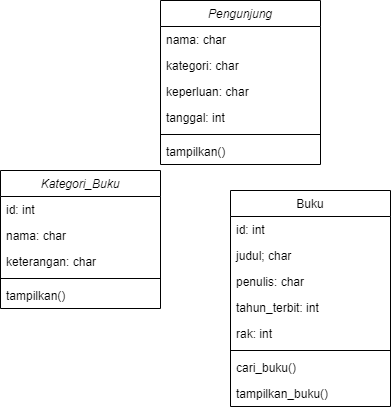
The draw.io diagram class-diagram-perpus-digital.drawio.png in Rayival/TEFA_PerpusDigital, before a commit. Source tidied: cells renumbered, new cells last; positions are measured from the earlier drawing's top-left corner, leaving out a move shared by most shapes.
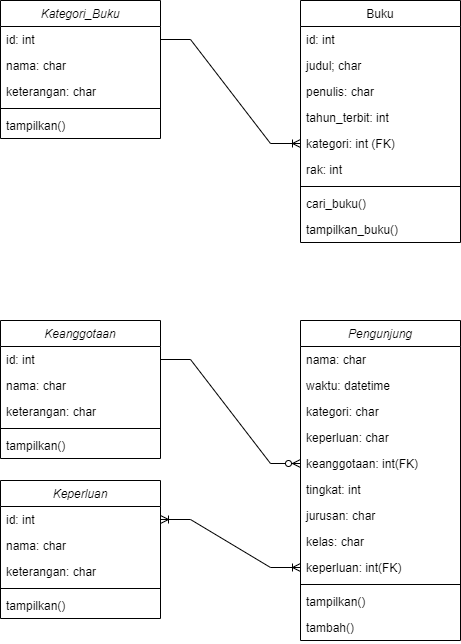
Above is the later version.

Diff of the diagram source:
```diff
@@ -3,7 +3,7 @@
     <mxCell id="0" />
     <mxCell id="1" parent="0" />
     <mxCell id="2" value="Kategori_Buku" style="swimlane;fontStyle=2;align=center;verticalAlign=top;horizontal=1;startSize=26;rounded=0;shadow=0;strokeWidth=1;" parent="1" vertex="1">
-      <mxGeometry y="170" width="160" height="138" as="geometry" />
+      <mxGeometry x="170" y="100" width="160" height="138" as="geometry" />
     </mxCell>
     <mxCell id="3" value="id: int" style="text;align=left;verticalAlign=top;spacingLeft=4;spacingRight=4;overflow=hidden;points=[[0,0.5],[1,0.5]];portConstraint=eastwest;" parent="2" vertex="1">
       <mxGeometry y="26" width="160" height="26" as="geometry" />
@@ -21,7 +21,7 @@
       <mxGeometry y="112" width="160" height="26" as="geometry" />
     </mxCell>
     <mxCell id="8" value="Buku" style="swimlane;fontStyle=0;align=center;verticalAlign=top;horizontal=1;startSize=26;rounded=0;shadow=0;strokeWidth=1;" parent="1" vertex="1">
-      <mxGeometry x="230" y="190" width="160" height="216" as="geometry" />
+      <mxGeometry x="470" y="100" width="160" height="242" as="geometry" />
     </mxCell>
     <mxCell id="9" value="id: int" style="text;align=left;verticalAlign=top;spacingLeft=4;spacingRight=4;overflow=hidden;" parent="8" vertex="1">
       <mxGeometry y="26" width="160" height="26" as="geometry" />
@@ -35,38 +35,108 @@
     <mxCell id="12" value="tahun_terbit: int" style="text;align=left;verticalAlign=top;spacingLeft=4;spacingRight=4;overflow=hidden;rounded=0;shadow=0;html=0;" parent="8" vertex="1">
       <mxGeometry y="104" width="160" height="26" as="geometry" />
     </mxCell>
+    <mxCell id="24" value="kategori: int (FK)" style="text;align=left;verticalAlign=top;spacingLeft=4;spacingRight=4;overflow=hidden;points=[[0,0.5],[1,0.5]];portConstraint=eastwest;rounded=0;shadow=0;html=0;" parent="8" vertex="1">
+      <mxGeometry y="130" width="160" height="26" as="geometry" />
+    </mxCell>
     <mxCell id="13" value="rak: int" style="text;align=left;verticalAlign=top;spacingLeft=4;spacingRight=4;overflow=hidden;rounded=0;shadow=0;html=0;" parent="8" vertex="1">
-      <mxGeometry y="130" width="160" height="26" as="geometry" />
+      <mxGeometry y="156" width="160" height="26" as="geometry" />
     </mxCell>
     <mxCell id="14" style="line;html=1;strokeWidth=1;align=left;verticalAlign=middle;spacingTop=-1;spacingLeft=3;spacingRight=3;labelPosition=right;" parent="8" vertex="1">
-      <mxGeometry y="156" width="160" height="8" as="geometry" />
+      <mxGeometry y="182" width="160" height="8" as="geometry" />
     </mxCell>
     <mxCell id="15" value="cari_buku()" style="text;align=left;verticalAlign=top;spacingLeft=4;spacingRight=4;overflow=hidden;" parent="8" vertex="1">
-      <mxGeometry y="164" width="160" height="26" as="geometry" />
+      <mxGeometry y="190" width="160" height="26" as="geometry" />
     </mxCell>
     <mxCell id="16" value="tampilkan_buku()" style="text;align=left;verticalAlign=top;spacingLeft=4;spacingRight=4;overflow=hidden;" parent="8" vertex="1">
-      <mxGeometry y="190" width="160" height="26" as="geometry" />
+      <mxGeometry y="216" width="160" height="26" as="geometry" />
     </mxCell>
     <mxCell id="17" value="Pengunjung" style="swimlane;fontStyle=2;align=center;verticalAlign=top;horizontal=1;startSize=26;rounded=0;shadow=0;strokeWidth=1;" parent="1" vertex="1">
-      <mxGeometry x="160" width="160" height="164" as="geometry" />
+      <mxGeometry x="470" y="420" width="160" height="320" as="geometry" />
     </mxCell>
     <mxCell id="18" value="nama: char" style="text;align=left;verticalAlign=top;spacingLeft=4;spacingRight=4;overflow=hidden;rounded=0;shadow=0;html=0;" parent="17" vertex="1">
       <mxGeometry y="26" width="160" height="26" as="geometry" />
     </mxCell>
+    <mxCell id="25" value="waktu: datetime" style="text;align=left;verticalAlign=top;spacingLeft=4;spacingRight=4;overflow=hidden;rounded=0;shadow=0;html=0;" parent="17" vertex="1">
+      <mxGeometry y="52" width="160" height="26" as="geometry" />
+    </mxCell>
     <mxCell id="19" value="kategori: char" style="text;align=left;verticalAlign=top;spacingLeft=4;spacingRight=4;overflow=hidden;rounded=0;shadow=0;html=0;" parent="17" vertex="1">
-      <mxGeometry y="52" width="160" height="26" as="geometry" />
+      <mxGeometry y="78" width="160" height="26" as="geometry" />
     </mxCell>
     <mxCell id="20" value="keperluan: char" style="text;align=left;verticalAlign=top;spacingLeft=4;spacingRight=4;overflow=hidden;" parent="17" vertex="1">
-      <mxGeometry y="78" width="160" height="26" as="geometry" />
+      <mxGeometry y="104" width="160" height="26" as="geometry" />
     </mxCell>
+    <mxCell id="26" value="keanggotaan: int(FK)" style="text;align=left;verticalAlign=top;spacingLeft=4;spacingRight=4;overflow=hidden;points=[[0,0.5],[1,0.5]];portConstraint=eastwest;" parent="17" vertex="1">
+      <mxGeometry y="130" width="160" height="26" as="geometry" />
+    </mxCell>
+    <mxCell id="27" value="tingkat: int " style="text;align=left;verticalAlign=top;spacingLeft=4;spacingRight=4;overflow=hidden;" parent="17" vertex="1">
+      <mxGeometry y="156" width="160" height="26" as="geometry" />
+    </mxCell>
-    <mxCell id="21" value="tanggal: int&#10;" style="text;align=left;verticalAlign=top;spacingLeft=4;spacingRight=4;overflow=hidden;" parent="17" vertex="1">
-      <mxGeometry y="104" width="160" height="26" as="geometry" />
+    <mxCell id="21" value="jurusan: char" style="text;align=left;verticalAlign=top;spacingLeft=4;spacingRight=4;overflow=hidden;" parent="17" vertex="1">
+      <mxGeometry y="182" width="160" height="26" as="geometry" />
     </mxCell>
+    <mxCell id="28" value="kelas: char " style="text;align=left;verticalAlign=top;spacingLeft=4;spacingRight=4;overflow=hidden;" parent="17" vertex="1">
+      <mxGeometry y="208" width="160" height="26" as="geometry" />
+    </mxCell>
+    <mxCell id="29" value="keperluan: int(FK)" style="text;align=left;verticalAlign=top;spacingLeft=4;spacingRight=4;overflow=hidden;points=[[0,0.5],[1,0.5]];portConstraint=eastwest;" parent="17" vertex="1">
+      <mxGeometry y="234" width="160" height="26" as="geometry" />
+    </mxCell>
     <mxCell id="22" style="line;html=1;strokeWidth=1;align=left;verticalAlign=middle;spacingTop=-1;spacingLeft=3;spacingRight=3;labelPosition=right;" parent="17" vertex="1">
-      <mxGeometry y="130" width="160" height="8" as="geometry" />
+      <mxGeometry y="260" width="160" height="8" as="geometry" />
     </mxCell>
     <mxCell id="23" value="tampilkan()" style="text;align=left;verticalAlign=top;spacingLeft=4;spacingRight=4;overflow=hidden;" parent="17" vertex="1">
-      <mxGeometry y="138" width="160" height="26" as="geometry" />
+      <mxGeometry y="268" width="160" height="26" as="geometry" />
     </mxCell>
+    <mxCell id="30" value="tambah()" style="text;align=left;verticalAlign=top;spacingLeft=4;spacingRight=4;overflow=hidden;" parent="17" vertex="1">
+      <mxGeometry y="294" width="160" height="26" as="geometry" />
+    </mxCell>
+    <mxCell id="31" style="edgeStyle=entityRelationEdgeStyle;fontSize=12;html=1;endArrow=ERoneToMany;rounded=0;exitX=1;exitY=0.5;exitDx=0;exitDy=0;entryX=0;entryY=0.5;entryDx=0;entryDy=0;" parent="1" edge="1" source="3" target="24">
+      <mxGeometry relative="1" as="geometry">
+        <Array as="points">
+          <mxPoint x="340" y="350" />
+        </Array>
+      </mxGeometry>
+    </mxCell>
+    <mxCell id="32" value="Keanggotaan" style="swimlane;fontStyle=2;align=center;verticalAlign=top;horizontal=1;startSize=26;rounded=0;shadow=0;strokeWidth=1;" parent="1" vertex="1">
+      <mxGeometry x="170" y="420" width="160" height="138" as="geometry" />
+    </mxCell>
+    <mxCell id="33" value="id: int" style="text;align=left;verticalAlign=top;spacingLeft=4;spacingRight=4;overflow=hidden;points=[[0,0.5],[1,0.5]];portConstraint=eastwest;" parent="32" vertex="1">
+      <mxGeometry y="26" width="160" height="26" as="geometry" />
+    </mxCell>
+    <mxCell id="34" value="nama: char" style="text;align=left;verticalAlign=top;spacingLeft=4;spacingRight=4;overflow=hidden;rounded=0;shadow=0;html=0;" parent="32" vertex="1">
+      <mxGeometry y="52" width="160" height="26" as="geometry" />
+    </mxCell>
+    <mxCell id="35" value="keterangan: char" style="text;align=left;verticalAlign=top;spacingLeft=4;spacingRight=4;overflow=hidden;rounded=0;shadow=0;html=0;" parent="32" vertex="1">
+      <mxGeometry y="78" width="160" height="26" as="geometry" />
+    </mxCell>
+    <mxCell id="36" style="line;html=1;strokeWidth=1;align=left;verticalAlign=middle;spacingTop=-1;spacingLeft=3;spacingRight=3;labelPosition=right;" parent="32" vertex="1">
+      <mxGeometry y="104" width="160" height="8" as="geometry" />
+    </mxCell>
+    <mxCell id="37" value="tampilkan()" style="text;align=left;verticalAlign=top;spacingLeft=4;spacingRight=4;overflow=hidden;" parent="32" vertex="1">
+      <mxGeometry y="112" width="160" height="26" as="geometry" />
+    </mxCell>
+    <mxCell id="38" value="Keperluan" style="swimlane;fontStyle=2;align=center;verticalAlign=top;horizontal=1;startSize=26;rounded=0;shadow=0;strokeWidth=1;" parent="1" vertex="1">
+      <mxGeometry x="170" y="580" width="160" height="138" as="geometry" />
+    </mxCell>
+    <mxCell id="39" value="id: int" style="text;align=left;verticalAlign=top;spacingLeft=4;spacingRight=4;overflow=hidden;points=[[0,0.5],[1,0.5]];portConstraint=eastwest;" parent="38" vertex="1">
+      <mxGeometry y="26" width="160" height="26" as="geometry" />
+    </mxCell>
+    <mxCell id="40" value="nama: char" style="text;align=left;verticalAlign=top;spacingLeft=4;spacingRight=4;overflow=hidden;rounded=0;shadow=0;html=0;" parent="38" vertex="1">
+      <mxGeometry y="52" width="160" height="26" as="geometry" />
+    </mxCell>
+    <mxCell id="41" value="keterangan: char" style="text;align=left;verticalAlign=top;spacingLeft=4;spacingRight=4;overflow=hidden;rounded=0;shadow=0;html=0;" parent="38" vertex="1">
+      <mxGeometry y="78" width="160" height="26" as="geometry" />
+    </mxCell>
+    <mxCell id="42" style="line;html=1;strokeWidth=1;align=left;verticalAlign=middle;spacingTop=-1;spacingLeft=3;spacingRight=3;labelPosition=right;" parent="38" vertex="1">
+      <mxGeometry y="104" width="160" height="8" as="geometry" />
+    </mxCell>
+    <mxCell id="43" value="tampilkan()" style="text;align=left;verticalAlign=top;spacingLeft=4;spacingRight=4;overflow=hidden;" parent="38" vertex="1">
+      <mxGeometry y="112" width="160" height="26" as="geometry" />
+    </mxCell>
+    <mxCell id="44" style="edgeStyle=entityRelationEdgeStyle;fontSize=12;html=1;endArrow=ERzeroToMany;endFill=1;rounded=0;exitX=1;exitY=0.5;exitDx=0;exitDy=0;entryX=0;entryY=0.5;entryDx=0;entryDy=0;" parent="1" edge="1" source="33" target="26">
+      <mxGeometry relative="1" as="geometry" />
+    </mxCell>
+    <mxCell id="45" style="edgeStyle=entityRelationEdgeStyle;fontSize=12;html=1;endArrow=ERoneToMany;startArrow=ERoneToMany;rounded=0;entryX=0;entryY=0.5;entryDx=0;entryDy=0;exitX=1;exitY=0.5;exitDx=0;exitDy=0;" parent="1" edge="1" source="39" target="29">
+      <mxGeometry relative="1" as="geometry" />
+    </mxCell>
   </root>
 </mxGraphModel>
```
